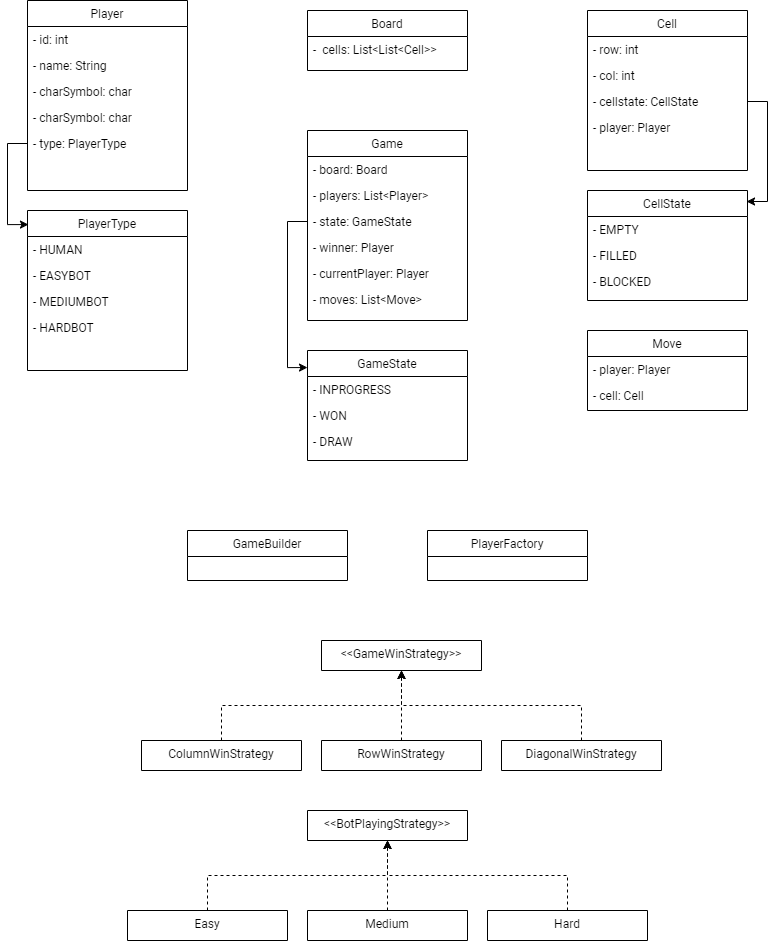
The draw.io diagram class-diagram.drawio.png in nishantshaligram/TicTacToe, before a commit. Source tidied: cells renumbered, new cells last; positions are measured from the earlier drawing's top-left corner, leaving out a move shared by most shapes. Its diagram source:
```xml
<mxGraphModel>
  <root>
    <mxCell id="0" />
    <mxCell id="1" parent="0" />
    <mxCell id="2" value="Board" style="swimlane;fontStyle=0;align=center;verticalAlign=top;horizontal=1;startSize=26;rounded=0;shadow=0;strokeWidth=1;fontFamily=Roboto;fontSource=https%3A%2F%2Ffonts.googleapis.com%2Fcss%3Ffamily%3DRoboto;" parent="1" vertex="1">
      <mxGeometry x="280" y="10" width="160" height="60" as="geometry" />
    </mxCell>
    <mxCell id="3" value="-  cells: List&lt;List&lt;Cell&gt;&gt; &#10;" style="text;align=left;verticalAlign=top;spacingLeft=4;spacingRight=4;overflow=hidden;fontFamily=Roboto;fontSource=https%3A%2F%2Ffonts.googleapis.com%2Fcss%3Ffamily%3DRoboto;" parent="2" vertex="1">
      <mxGeometry y="26" width="160" height="34" as="geometry" />
    </mxCell>
    <mxCell id="4" value="Player" style="swimlane;fontStyle=0;align=center;verticalAlign=top;horizontal=1;startSize=26;rounded=0;shadow=0;strokeWidth=1;fontFamily=Roboto;fontSource=https%3A%2F%2Ffonts.googleapis.com%2Fcss%3Ffamily%3DRoboto;" parent="1" vertex="1">
      <mxGeometry width="160" height="190" as="geometry" />
    </mxCell>
    <mxCell id="5" value="- id: int" style="text;align=left;verticalAlign=top;spacingLeft=4;spacingRight=4;overflow=hidden;fontFamily=Roboto;fontSource=https%3A%2F%2Ffonts.googleapis.com%2Fcss%3Ffamily%3DRoboto;" parent="4" vertex="1">
      <mxGeometry y="26" width="160" height="26" as="geometry" />
    </mxCell>
    <mxCell id="6" value="- name: String" style="text;align=left;verticalAlign=top;spacingLeft=4;spacingRight=4;overflow=hidden;rounded=0;shadow=0;html=0;fontFamily=Roboto;fontSource=https%3A%2F%2Ffonts.googleapis.com%2Fcss%3Ffamily%3DRoboto;" parent="4" vertex="1">
      <mxGeometry y="52" width="160" height="26" as="geometry" />
    </mxCell>
    <mxCell id="7" value="- charSymbol: char" style="text;align=left;verticalAlign=top;spacingLeft=4;spacingRight=4;overflow=hidden;rounded=0;shadow=0;html=0;fontFamily=Roboto;fontSource=https%3A%2F%2Ffonts.googleapis.com%2Fcss%3Ffamily%3DRoboto;" parent="4" vertex="1">
      <mxGeometry y="78" width="160" height="26" as="geometry" />
    </mxCell>
    <mxCell id="8" value="- charSymbol: char" style="text;align=left;verticalAlign=top;spacingLeft=4;spacingRight=4;overflow=hidden;rounded=0;shadow=0;html=0;fontFamily=Roboto;fontSource=https%3A%2F%2Ffonts.googleapis.com%2Fcss%3Ffamily%3DRoboto;" parent="4" vertex="1">
      <mxGeometry y="104" width="160" height="26" as="geometry" />
    </mxCell>
    <mxCell id="9" value="- type: PlayerType" style="text;align=left;verticalAlign=top;spacingLeft=4;spacingRight=4;overflow=hidden;points=[[0,0.5],[1,0.5]];portConstraint=eastwest;rounded=0;shadow=0;html=0;fontFamily=Roboto;fontSource=https%3A%2F%2Ffonts.googleapis.com%2Fcss%3Ffamily%3DRoboto;" parent="4" vertex="1">
      <mxGeometry y="130" width="160" height="26" as="geometry" />
    </mxCell>
    <mxCell id="10" value="CellState" style="swimlane;fontStyle=0;align=center;verticalAlign=top;horizontal=1;startSize=26;rounded=0;shadow=0;strokeWidth=1;fontFamily=Roboto;fontSource=https%3A%2F%2Ffonts.googleapis.com%2Fcss%3Ffamily%3DRoboto;" parent="1" vertex="1">
      <mxGeometry x="560" y="190" width="160" height="110" as="geometry" />
    </mxCell>
    <mxCell id="11" value="- EMPTY" style="text;align=left;verticalAlign=top;spacingLeft=4;spacingRight=4;overflow=hidden;fontFamily=Roboto;fontSource=https%3A%2F%2Ffonts.googleapis.com%2Fcss%3Ffamily%3DRoboto;" parent="10" vertex="1">
      <mxGeometry y="26" width="160" height="26" as="geometry" />
    </mxCell>
    <mxCell id="12" value="- FILLED" style="text;align=left;verticalAlign=top;spacingLeft=4;spacingRight=4;overflow=hidden;fontFamily=Roboto;fontSource=https%3A%2F%2Ffonts.googleapis.com%2Fcss%3Ffamily%3DRoboto;" parent="10" vertex="1">
      <mxGeometry y="52" width="160" height="26" as="geometry" />
    </mxCell>
    <mxCell id="13" value="- BLOCKED" style="text;align=left;verticalAlign=top;spacingLeft=4;spacingRight=4;overflow=hidden;fontFamily=Roboto;fontSource=https%3A%2F%2Ffonts.googleapis.com%2Fcss%3Ffamily%3DRoboto;" parent="10" vertex="1">
      <mxGeometry y="78" width="160" height="26" as="geometry" />
    </mxCell>
    <mxCell id="14" value="Cell" style="swimlane;fontStyle=0;align=center;verticalAlign=top;horizontal=1;startSize=26;rounded=0;shadow=0;strokeWidth=1;fontFamily=Roboto;fontSource=https%3A%2F%2Ffonts.googleapis.com%2Fcss%3Ffamily%3DRoboto;" parent="1" vertex="1">
      <mxGeometry x="560" y="10" width="160" height="160" as="geometry" />
    </mxCell>
    <mxCell id="15" value="- row: int" style="text;align=left;verticalAlign=top;spacingLeft=4;spacingRight=4;overflow=hidden;fontFamily=Roboto;fontSource=https%3A%2F%2Ffonts.googleapis.com%2Fcss%3Ffamily%3DRoboto;" parent="14" vertex="1">
      <mxGeometry y="26" width="160" height="26" as="geometry" />
    </mxCell>
    <mxCell id="16" value="- col: int" style="text;align=left;verticalAlign=top;spacingLeft=4;spacingRight=4;overflow=hidden;rounded=0;shadow=0;html=0;fontFamily=Roboto;fontSource=https%3A%2F%2Ffonts.googleapis.com%2Fcss%3Ffamily%3DRoboto;" parent="14" vertex="1">
      <mxGeometry y="52" width="160" height="26" as="geometry" />
    </mxCell>
    <mxCell id="17" value="- cellstate: CellState" style="text;align=left;verticalAlign=top;spacingLeft=4;spacingRight=4;overflow=hidden;points=[[0,0.5],[1,0.5]];portConstraint=eastwest;rounded=0;shadow=0;html=0;fontFamily=Roboto;fontSource=https%3A%2F%2Ffonts.googleapis.com%2Fcss%3Ffamily%3DRoboto;" parent="14" vertex="1">
      <mxGeometry y="78" width="160" height="26" as="geometry" />
    </mxCell>
    <mxCell id="18" value="- player: Player" style="text;align=left;verticalAlign=top;spacingLeft=4;spacingRight=4;overflow=hidden;rounded=0;shadow=0;html=0;fontFamily=Roboto;fontSource=https%3A%2F%2Ffonts.googleapis.com%2Fcss%3Ffamily%3DRoboto;" parent="14" vertex="1">
      <mxGeometry y="104" width="160" height="26" as="geometry" />
    </mxCell>
    <mxCell id="19" value="PlayerType" style="swimlane;fontStyle=0;align=center;verticalAlign=top;horizontal=1;startSize=26;rounded=0;shadow=0;strokeWidth=1;fontFamily=Roboto;fontSource=https%3A%2F%2Ffonts.googleapis.com%2Fcss%3Ffamily%3DRoboto;" parent="1" vertex="1">
      <mxGeometry y="210" width="160" height="160" as="geometry" />
    </mxCell>
    <mxCell id="20" value="- HUMAN" style="text;align=left;verticalAlign=top;spacingLeft=4;spacingRight=4;overflow=hidden;fontFamily=Roboto;fontSource=https%3A%2F%2Ffonts.googleapis.com%2Fcss%3Ffamily%3DRoboto;" parent="19" vertex="1">
      <mxGeometry y="26" width="160" height="26" as="geometry" />
    </mxCell>
    <mxCell id="21" value="- EASYBOT" style="text;align=left;verticalAlign=top;spacingLeft=4;spacingRight=4;overflow=hidden;fontFamily=Roboto;fontSource=https%3A%2F%2Ffonts.googleapis.com%2Fcss%3Ffamily%3DRoboto;" parent="19" vertex="1">
      <mxGeometry y="52" width="160" height="26" as="geometry" />
    </mxCell>
    <mxCell id="22" value="- MEDIUMBOT" style="text;align=left;verticalAlign=top;spacingLeft=4;spacingRight=4;overflow=hidden;fontFamily=Roboto;fontSource=https%3A%2F%2Ffonts.googleapis.com%2Fcss%3Ffamily%3DRoboto;" parent="19" vertex="1">
      <mxGeometry y="78" width="160" height="26" as="geometry" />
    </mxCell>
    <mxCell id="23" value="- HARDBOT" style="text;align=left;verticalAlign=top;spacingLeft=4;spacingRight=4;overflow=hidden;fontFamily=Roboto;fontSource=https%3A%2F%2Ffonts.googleapis.com%2Fcss%3Ffamily%3DRoboto;" parent="19" vertex="1">
      <mxGeometry y="104" width="160" height="26" as="geometry" />
    </mxCell>
    <mxCell id="24" value="Game" style="swimlane;fontStyle=0;align=center;verticalAlign=top;horizontal=1;startSize=26;rounded=0;shadow=0;strokeWidth=1;fontFamily=Roboto;fontSource=https%3A%2F%2Ffonts.googleapis.com%2Fcss%3Ffamily%3DRoboto;" parent="1" vertex="1">
      <mxGeometry x="280" y="130" width="160" height="190" as="geometry" />
    </mxCell>
    <mxCell id="25" value="- board: Board" style="text;align=left;verticalAlign=top;spacingLeft=4;spacingRight=4;overflow=hidden;fontFamily=Roboto;fontSource=https%3A%2F%2Ffonts.googleapis.com%2Fcss%3Ffamily%3DRoboto;" parent="24" vertex="1">
      <mxGeometry y="26" width="160" height="26" as="geometry" />
    </mxCell>
    <mxCell id="26" value="- players: List&lt;Player&gt;" style="text;align=left;verticalAlign=top;spacingLeft=4;spacingRight=4;overflow=hidden;fontFamily=Roboto;fontSource=https%3A%2F%2Ffonts.googleapis.com%2Fcss%3Ffamily%3DRoboto;" parent="24" vertex="1">
      <mxGeometry y="52" width="160" height="26" as="geometry" />
    </mxCell>
    <mxCell id="27" value="- state: GameState" style="text;align=left;verticalAlign=top;spacingLeft=4;spacingRight=4;overflow=hidden;points=[[0,0.5],[1,0.5]];portConstraint=eastwest;fontFamily=Roboto;fontSource=https%3A%2F%2Ffonts.googleapis.com%2Fcss%3Ffamily%3DRoboto;" parent="24" vertex="1">
      <mxGeometry y="78" width="160" height="26" as="geometry" />
    </mxCell>
    <mxCell id="28" value="- winner: Player" style="text;align=left;verticalAlign=top;spacingLeft=4;spacingRight=4;overflow=hidden;fontFamily=Roboto;fontSource=https%3A%2F%2Ffonts.googleapis.com%2Fcss%3Ffamily%3DRoboto;" parent="24" vertex="1">
      <mxGeometry y="104" width="160" height="26" as="geometry" />
    </mxCell>
    <mxCell id="29" value="- currentPlayer: Player" style="text;align=left;verticalAlign=top;spacingLeft=4;spacingRight=4;overflow=hidden;fontFamily=Roboto;fontSource=https%3A%2F%2Ffonts.googleapis.com%2Fcss%3Ffamily%3DRoboto;" parent="24" vertex="1">
      <mxGeometry y="130" width="160" height="26" as="geometry" />
    </mxCell>
    <mxCell id="30" value="- moves: List&lt;Move&gt;" style="text;align=left;verticalAlign=top;spacingLeft=4;spacingRight=4;overflow=hidden;fontFamily=Roboto;fontSource=https%3A%2F%2Ffonts.googleapis.com%2Fcss%3Ffamily%3DRoboto;" parent="24" vertex="1">
      <mxGeometry y="156" width="160" height="26" as="geometry" />
    </mxCell>
    <mxCell id="31" value="GameState" style="swimlane;fontStyle=0;align=center;verticalAlign=top;horizontal=1;startSize=26;rounded=0;shadow=0;strokeWidth=1;fontFamily=Roboto;fontSource=https%3A%2F%2Ffonts.googleapis.com%2Fcss%3Ffamily%3DRoboto;" parent="1" vertex="1">
      <mxGeometry x="280" y="350" width="160" height="110" as="geometry" />
    </mxCell>
    <mxCell id="32" value="- INPROGRESS" style="text;align=left;verticalAlign=top;spacingLeft=4;spacingRight=4;overflow=hidden;fontFamily=Roboto;fontSource=https%3A%2F%2Ffonts.googleapis.com%2Fcss%3Ffamily%3DRoboto;" parent="31" vertex="1">
      <mxGeometry y="26" width="160" height="26" as="geometry" />
    </mxCell>
    <mxCell id="33" value="- WON" style="text;align=left;verticalAlign=top;spacingLeft=4;spacingRight=4;overflow=hidden;fontFamily=Roboto;fontSource=https%3A%2F%2Ffonts.googleapis.com%2Fcss%3Ffamily%3DRoboto;" parent="31" vertex="1">
      <mxGeometry y="52" width="160" height="26" as="geometry" />
    </mxCell>
    <mxCell id="34" value="- DRAW" style="text;align=left;verticalAlign=top;spacingLeft=4;spacingRight=4;overflow=hidden;fontFamily=Roboto;fontSource=https%3A%2F%2Ffonts.googleapis.com%2Fcss%3Ffamily%3DRoboto;" parent="31" vertex="1">
      <mxGeometry y="78" width="160" height="26" as="geometry" />
    </mxCell>
    <mxCell id="35" value="Move" style="swimlane;fontStyle=0;align=center;verticalAlign=top;horizontal=1;startSize=26;rounded=0;shadow=0;strokeWidth=1;fontFamily=Roboto;fontSource=https%3A%2F%2Ffonts.googleapis.com%2Fcss%3Ffamily%3DRoboto;" parent="1" vertex="1">
      <mxGeometry x="560" y="330" width="160" height="80" as="geometry" />
    </mxCell>
    <mxCell id="36" value="- player: Player" style="text;align=left;verticalAlign=top;spacingLeft=4;spacingRight=4;overflow=hidden;fontFamily=Roboto;fontSource=https%3A%2F%2Ffonts.googleapis.com%2Fcss%3Ffamily%3DRoboto;" parent="35" vertex="1">
      <mxGeometry y="26" width="160" height="26" as="geometry" />
    </mxCell>
    <mxCell id="37" value="- cell: Cell" style="text;align=left;verticalAlign=top;spacingLeft=4;spacingRight=4;overflow=hidden;rounded=0;shadow=0;html=0;fontFamily=Roboto;fontSource=https%3A%2F%2Ffonts.googleapis.com%2Fcss%3Ffamily%3DRoboto;" parent="35" vertex="1">
      <mxGeometry y="52" width="160" height="26" as="geometry" />
    </mxCell>
    <mxCell id="38" style="edgeStyle=orthogonalEdgeStyle;rounded=0;jettySize=auto;html=1;exitX=0;exitY=0.5;exitDx=0;exitDy=0;entryX=0.006;entryY=0.088;entryDx=0;entryDy=0;entryPerimeter=0;" parent="1" edge="1" source="9" target="19">
      <mxGeometry relative="1" as="geometry" />
    </mxCell>
    <mxCell id="39" style="edgeStyle=orthogonalEdgeStyle;rounded=0;jettySize=auto;html=1;exitX=1;exitY=0.5;exitDx=0;exitDy=0;entryX=0.994;entryY=0.1;entryDx=0;entryDy=0;entryPerimeter=0;" parent="1" edge="1" source="17" target="10">
      <mxGeometry relative="1" as="geometry" />
    </mxCell>
    <mxCell id="40" style="edgeStyle=orthogonalEdgeStyle;rounded=0;jettySize=auto;html=1;exitX=0;exitY=0.5;exitDx=0;exitDy=0;entryX=0;entryY=0.155;entryDx=0;entryDy=0;entryPerimeter=0;" parent="1" edge="1" source="27" target="31">
      <mxGeometry relative="1" as="geometry" />
    </mxCell>
    <mxCell id="41" value="GameBuilder" style="swimlane;fontStyle=0;align=center;verticalAlign=top;horizontal=1;startSize=26;rounded=0;shadow=0;strokeWidth=1;fontFamily=Roboto;fontSource=https%3A%2F%2Ffonts.googleapis.com%2Fcss%3Ffamily%3DRoboto;" parent="1" vertex="1">
      <mxGeometry x="160" y="530" width="160" height="50" as="geometry" />
    </mxCell>
    <mxCell id="42" value="PlayerFactory" style="swimlane;fontStyle=0;align=center;verticalAlign=top;horizontal=1;startSize=26;rounded=0;shadow=0;strokeWidth=1;fontFamily=Roboto;fontSource=https%3A%2F%2Ffonts.googleapis.com%2Fcss%3Ffamily%3DRoboto;" parent="1" vertex="1">
      <mxGeometry x="400" y="530" width="160" height="50" as="geometry" />
    </mxCell>
    <mxCell id="43" value="&lt;&lt;GameWinStrategy&gt;&gt;" style="swimlane;fontStyle=0;align=center;verticalAlign=top;horizontal=1;startSize=50;rounded=0;shadow=0;strokeWidth=1;fontFamily=Roboto;fontSource=https%3A%2F%2Ffonts.googleapis.com%2Fcss%3Ffamily%3DRoboto;" parent="1" vertex="1">
      <mxGeometry x="294" y="640" width="160" height="30" as="geometry" />
    </mxCell>
    <mxCell id="44" style="edgeStyle=orthogonalEdgeStyle;rounded=0;jettySize=auto;html=1;exitX=0.5;exitY=0;exitDx=0;exitDy=0;entryX=0.5;entryY=1;entryDx=0;entryDy=0;dashed=1;" parent="1" edge="1" source="45" target="43">
      <mxGeometry relative="1" as="geometry" />
    </mxCell>
    <mxCell id="45" value="ColumnWinStrategy" style="swimlane;fontStyle=0;align=center;verticalAlign=top;horizontal=1;startSize=50;rounded=0;shadow=0;strokeWidth=1;fontFamily=Roboto;fontSource=https%3A%2F%2Ffonts.googleapis.com%2Fcss%3Ffamily%3DRoboto;" parent="1" vertex="1">
      <mxGeometry x="114" y="740" width="160" height="30" as="geometry" />
    </mxCell>
    <mxCell id="46" style="edgeStyle=orthogonalEdgeStyle;rounded=0;jettySize=auto;html=1;exitX=0.5;exitY=0;exitDx=0;exitDy=0;entryX=0.5;entryY=1;entryDx=0;entryDy=0;dashed=1;" parent="1" edge="1" source="47" target="43">
      <mxGeometry relative="1" as="geometry" />
    </mxCell>
    <mxCell id="47" value="RowWinStrategy" style="swimlane;fontStyle=0;align=center;verticalAlign=top;horizontal=1;startSize=50;rounded=0;shadow=0;strokeWidth=1;fontFamily=Roboto;fontSource=https%3A%2F%2Ffonts.googleapis.com%2Fcss%3Ffamily%3DRoboto;" parent="1" vertex="1">
      <mxGeometry x="294" y="740" width="160" height="30" as="geometry" />
    </mxCell>
    <mxCell id="48" style="edgeStyle=orthogonalEdgeStyle;rounded=0;jettySize=auto;html=1;exitX=0.5;exitY=0;exitDx=0;exitDy=0;entryX=0.5;entryY=1;entryDx=0;entryDy=0;dashed=1;" parent="1" edge="1" source="49" target="43">
      <mxGeometry relative="1" as="geometry" />
    </mxCell>
    <mxCell id="49" value="DiagonalWinStrategy" style="swimlane;fontStyle=0;align=center;verticalAlign=top;horizontal=1;startSize=50;rounded=0;shadow=0;strokeWidth=1;fontFamily=Roboto;fontSource=https%3A%2F%2Ffonts.googleapis.com%2Fcss%3Ffamily%3DRoboto;" parent="1" vertex="1">
      <mxGeometry x="474" y="740" width="160" height="30" as="geometry" />
    </mxCell>
    <mxCell id="50" value="&lt;&lt;BotPlayingStrategy&gt;&gt;" style="swimlane;fontStyle=0;align=center;verticalAlign=top;horizontal=1;startSize=50;rounded=0;shadow=0;strokeWidth=1;fontFamily=Roboto;fontSource=https%3A%2F%2Ffonts.googleapis.com%2Fcss%3Ffamily%3DRoboto;" parent="1" vertex="1">
      <mxGeometry x="280" y="810" width="160" height="30" as="geometry" />
    </mxCell>
    <mxCell id="51" style="edgeStyle=orthogonalEdgeStyle;rounded=0;jettySize=auto;html=1;exitX=0.5;exitY=0;exitDx=0;exitDy=0;entryX=0.5;entryY=1;entryDx=0;entryDy=0;dashed=1;" parent="1" edge="1" source="52" target="50">
      <mxGeometry relative="1" as="geometry" />
    </mxCell>
    <mxCell id="52" value="Easy" style="swimlane;fontStyle=0;align=center;verticalAlign=top;horizontal=1;startSize=60;rounded=0;shadow=0;strokeWidth=1;fontFamily=Roboto;fontSource=https%3A%2F%2Ffonts.googleapis.com%2Fcss%3Ffamily%3DRoboto;" parent="1" vertex="1">
      <mxGeometry x="100" y="910" width="160" height="30" as="geometry" />
    </mxCell>
    <mxCell id="53" style="edgeStyle=orthogonalEdgeStyle;rounded=0;jettySize=auto;html=1;exitX=0.5;exitY=0;exitDx=0;exitDy=0;entryX=0.5;entryY=1;entryDx=0;entryDy=0;dashed=1;" parent="1" edge="1" source="54" target="50">
      <mxGeometry relative="1" as="geometry" />
    </mxCell>
    <mxCell id="54" value="Medium" style="swimlane;fontStyle=0;align=center;verticalAlign=top;horizontal=1;startSize=50;rounded=0;shadow=0;strokeWidth=1;fontFamily=Roboto;fontSource=https%3A%2F%2Ffonts.googleapis.com%2Fcss%3Ffamily%3DRoboto;" parent="1" vertex="1">
      <mxGeometry x="280" y="910" width="160" height="30" as="geometry" />
    </mxCell>
    <mxCell id="55" style="edgeStyle=orthogonalEdgeStyle;rounded=0;jettySize=auto;html=1;exitX=0.5;exitY=0;exitDx=0;exitDy=0;entryX=0.5;entryY=1;entryDx=0;entryDy=0;dashed=1;" parent="1" edge="1" source="56" target="50">
      <mxGeometry relative="1" as="geometry" />
    </mxCell>
    <mxCell id="56" value="Hard" style="swimlane;fontStyle=0;align=center;verticalAlign=top;horizontal=1;startSize=50;rounded=0;shadow=0;strokeWidth=1;fontFamily=Roboto;fontSource=https%3A%2F%2Ffonts.googleapis.com%2Fcss%3Ffamily%3DRoboto;" parent="1" vertex="1">
      <mxGeometry x="460" y="910" width="160" height="30" as="geometry" />
    </mxCell>
    <mxCell id="57" style="edgeStyle=orthogonalEdgeStyle;rounded=0;orthogonalLoop=1;jettySize=auto;html=1;exitX=0.5;exitY=1;exitDx=0;exitDy=0;" parent="1" edge="1" source="54" target="54">
      <mxGeometry relative="1" as="geometry" />
    </mxCell>
  </root>
</mxGraphModel>
```
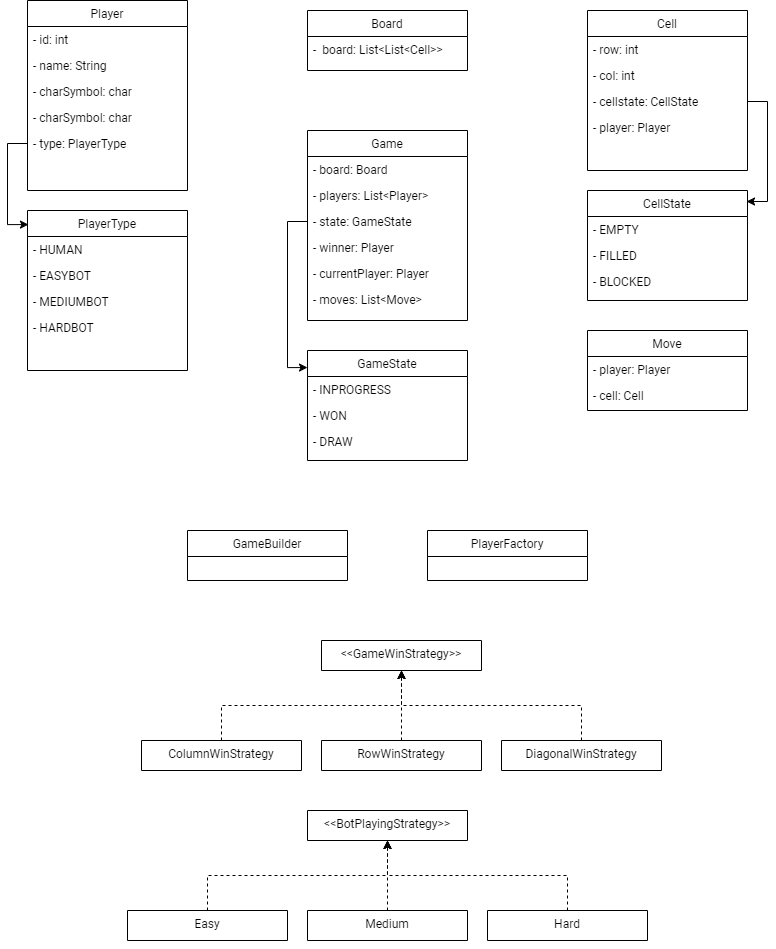
After the change.

What changed in the source:
```diff
@@ -5,7 +5,7 @@
     <mxCell id="2" value="Board" style="swimlane;fontStyle=0;align=center;verticalAlign=top;horizontal=1;startSize=26;rounded=0;shadow=0;strokeWidth=1;fontFamily=Roboto;fontSource=https%3A%2F%2Ffonts.googleapis.com%2Fcss%3Ffamily%3DRoboto;" parent="1" vertex="1">
       <mxGeometry x="280" y="10" width="160" height="60" as="geometry" />
     </mxCell>
-    <mxCell id="3" value="-  cells: List&lt;List&lt;Cell&gt;&gt; &#10;" style="text;align=left;verticalAlign=top;spacingLeft=4;spacingRight=4;overflow=hidden;fontFamily=Roboto;fontSource=https%3A%2F%2Ffonts.googleapis.com%2Fcss%3Ffamily%3DRoboto;" parent="2" vertex="1">
+    <mxCell id="3" value="-  board: List&lt;List&lt;Cell&gt;&gt; &#10;" style="text;align=left;verticalAlign=top;spacingLeft=4;spacingRight=4;overflow=hidden;fontFamily=Roboto;fontSource=https%3A%2F%2Ffonts.googleapis.com%2Fcss%3Ffamily%3DRoboto;" parent="2" vertex="1">
       <mxGeometry y="26" width="160" height="34" as="geometry" />
     </mxCell>
     <mxCell id="4" value="Player" style="swimlane;fontStyle=0;align=center;verticalAlign=top;horizontal=1;startSize=26;rounded=0;shadow=0;strokeWidth=1;fontFamily=Roboto;fontSource=https%3A%2F%2Ffonts.googleapis.com%2Fcss%3Ffamily%3DRoboto;" parent="1" vertex="1">
```
